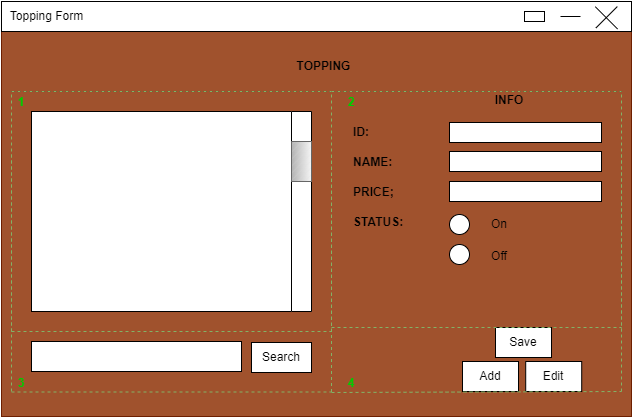
hungtadasuke/CoffeShop_SoftwareTechnology keeps this draw.io diagram as BRD_PRD/PRD/PNG/formtopping.drawio.png. Above is the earlier version. Source tidied: cells renumbered, new cells last; positions are measured from the earlier drawing's top-left corner, leaving out a move shared by most shapes. Source of this version:
```xml
<mxGraphModel>
  <root>
    <mxCell id="0" />
    <mxCell id="1" parent="0" />
    <mxCell id="2" style="rounded=0;whiteSpace=wrap;html=1;fillColor=#a0522d;fontColor=#ffffff;strokeColor=#6D1F00;" parent="1" vertex="1">
      <mxGeometry y="5" width="630" height="410" as="geometry" />
    </mxCell>
    <mxCell id="3" style="rounded=0;whiteSpace=wrap;html=1;" parent="1" vertex="1">
      <mxGeometry width="630" height="30" as="geometry" />
    </mxCell>
    <mxCell id="4" value="Topping Form" style="text;html=1;strokeColor=none;fillColor=none;align=center;verticalAlign=middle;whiteSpace=wrap;rounded=0;" parent="1" vertex="1">
      <mxGeometry x="1" width="89" height="30" as="geometry" />
    </mxCell>
    <mxCell id="5" style="line;strokeWidth=1;html=1;" parent="1" vertex="1">
      <mxGeometry x="559" y="10" width="20" height="10" as="geometry" />
    </mxCell>
    <mxCell id="6" style="line;strokeWidth=1;html=1;rotation=-45;" parent="1" vertex="1">
      <mxGeometry x="589.9" y="10.8" width="30.4" height="10" as="geometry" />
    </mxCell>
    <mxCell id="7" style="line;strokeWidth=1;html=1;rotation=45;" parent="1" vertex="1">
      <mxGeometry x="589.2" y="11.4" width="31.5" height="10" as="geometry" />
    </mxCell>
    <mxCell id="8" style="rounded=0;whiteSpace=wrap;html=1;strokeWidth=1;" parent="1" vertex="1">
      <mxGeometry x="523" y="10" width="20" height="10" as="geometry" />
    </mxCell>
    <mxCell id="9" value="TOPPING" style="text;html=1;strokeColor=none;fillColor=none;align=center;verticalAlign=middle;whiteSpace=wrap;rounded=0;fontStyle=1;" parent="1" vertex="1">
      <mxGeometry x="285" y="50" width="75" height="30" as="geometry" />
    </mxCell>
    <mxCell id="10" style="rounded=0;whiteSpace=wrap;html=1;strokeWidth=1;" parent="1" vertex="1">
      <mxGeometry x="30" y="110" width="280" height="200" as="geometry" />
    </mxCell>
    <mxCell id="11" style="rounded=0;whiteSpace=wrap;html=1;strokeWidth=1;" parent="1" vertex="1">
      <mxGeometry x="30" y="340" width="210" height="30" as="geometry" />
    </mxCell>
    <mxCell id="12" value="Search" style="rounded=0;whiteSpace=wrap;html=1;strokeWidth=1;" parent="1" vertex="1">
      <mxGeometry x="250" y="341" width="60" height="30" as="geometry" />
    </mxCell>
    <mxCell id="13" style="rounded=0;whiteSpace=wrap;html=1;strokeWidth=1;rotation=90;" parent="1" vertex="1">
      <mxGeometry x="200" y="200" width="200" height="20" as="geometry" />
    </mxCell>
    <mxCell id="14" style="verticalLabelPosition=bottom;verticalAlign=top;html=1;shape=mxgraph.basic.patternFillRect;fillStyle=diagRev;step=5;fillStrokeWidth=0.2;fillStrokeColor=#dddddd;strokeWidth=1;rotation=90;fillColor=#f5f5f5;strokeColor=#666666;gradientColor=#b3b3b3;" parent="1" vertex="1">
      <mxGeometry x="280" y="150" width="40" height="20" as="geometry" />
    </mxCell>
    <mxCell id="15" value="INFO" style="text;html=1;strokeColor=none;fillColor=none;align=center;verticalAlign=middle;whiteSpace=wrap;rounded=1;fontStyle=1;" parent="1" vertex="1">
      <mxGeometry x="478" y="84" width="60" height="30" as="geometry" />
    </mxCell>
    <mxCell id="16" style="rounded=0;whiteSpace=wrap;html=1;strokeWidth=1;" parent="1" vertex="1">
      <mxGeometry x="448" y="121" width="152" height="20" as="geometry" />
    </mxCell>
    <mxCell id="17" value="ID:" style="text;html=1;strokeColor=none;fillColor=none;align=left;verticalAlign=middle;whiteSpace=wrap;rounded=0;fontStyle=1;" parent="1" vertex="1">
      <mxGeometry x="350" y="116" width="60" height="30" as="geometry" />
    </mxCell>
    <mxCell id="18" value="NAME:" style="text;html=1;strokeColor=none;fillColor=none;align=left;verticalAlign=middle;whiteSpace=wrap;rounded=0;fontStyle=1;" parent="1" vertex="1">
      <mxGeometry x="350" y="146" width="60" height="30" as="geometry" />
    </mxCell>
    <mxCell id="19" value="PRICE;" style="text;html=1;strokeColor=none;fillColor=none;align=left;verticalAlign=middle;whiteSpace=wrap;rounded=0;fontStyle=1;" parent="1" vertex="1">
      <mxGeometry x="350" y="176" width="60" height="30" as="geometry" />
    </mxCell>
    <mxCell id="20" value="STATUS:" style="text;html=1;strokeColor=none;fillColor=none;align=left;verticalAlign=middle;whiteSpace=wrap;rounded=0;fontStyle=1;" parent="1" vertex="1">
      <mxGeometry x="350" y="206" width="60" height="30" as="geometry" />
    </mxCell>
    <mxCell id="21" style="rounded=0;whiteSpace=wrap;html=1;strokeWidth=1;" parent="1" vertex="1">
      <mxGeometry x="448" y="150" width="152" height="20" as="geometry" />
    </mxCell>
    <mxCell id="22" style="rounded=0;whiteSpace=wrap;html=1;strokeWidth=1;" parent="1" vertex="1">
      <mxGeometry x="448" y="180" width="152" height="20" as="geometry" />
    </mxCell>
    <mxCell id="23" value="Save" style="rounded=0;whiteSpace=wrap;html=1;strokeWidth=1;" parent="1" vertex="1">
      <mxGeometry x="494" y="326" width="56" height="30" as="geometry" />
    </mxCell>
    <mxCell id="24" value="Add" style="rounded=0;whiteSpace=wrap;html=1;strokeWidth=1;" parent="1" vertex="1">
      <mxGeometry x="461" y="360" width="56" height="30" as="geometry" />
    </mxCell>
    <mxCell id="25" value="Edit" style="rounded=0;whiteSpace=wrap;html=1;strokeWidth=1;" parent="1" vertex="1">
      <mxGeometry x="524.2" y="360" width="56" height="30" as="geometry" />
    </mxCell>
    <mxCell id="26" style="endArrow=none;dashed=1;html=1;rounded=0;fillColor=#d5e8d4;gradientColor=#97d077;strokeColor=#82b366;" parent="1" edge="1">
      <mxGeometry relative="1" as="geometry">
        <mxPoint x="10" y="330" as="sourcePoint" />
        <mxPoint x="10" y="90" as="targetPoint" />
      </mxGeometry>
    </mxCell>
    <mxCell id="27" style="endArrow=none;dashed=1;html=1;rounded=0;fillColor=#d5e8d4;gradientColor=#97d077;strokeColor=#82b366;" parent="1" edge="1">
      <mxGeometry relative="1" as="geometry">
        <mxPoint x="10" y="330" as="sourcePoint" />
        <mxPoint x="330" y="330" as="targetPoint" />
      </mxGeometry>
    </mxCell>
    <mxCell id="28" style="endArrow=none;dashed=1;html=1;rounded=0;fillColor=#d5e8d4;gradientColor=#97d077;strokeColor=#82b366;" parent="1" edge="1">
      <mxGeometry relative="1" as="geometry">
        <mxPoint x="330" y="330" as="sourcePoint" />
        <mxPoint x="330" y="90" as="targetPoint" />
      </mxGeometry>
    </mxCell>
    <mxCell id="29" style="endArrow=none;dashed=1;html=1;rounded=0;" parent="1" edge="1">
      <mxGeometry relative="1" as="geometry">
        <mxPoint x="10" y="90" as="sourcePoint" />
        <mxPoint x="330" y="90" as="targetPoint" />
      </mxGeometry>
    </mxCell>
    <mxCell id="30" style="endArrow=none;dashed=1;html=1;rounded=0;fillColor=#d5e8d4;gradientColor=#97d077;strokeColor=#82b366;" parent="1" edge="1">
      <mxGeometry relative="1" as="geometry">
        <mxPoint x="10" y="390.5" as="sourcePoint" />
        <mxPoint x="330" y="390.5" as="targetPoint" />
      </mxGeometry>
    </mxCell>
    <mxCell id="31" style="endArrow=none;dashed=1;html=1;rounded=0;fillColor=#d5e8d4;gradientColor=#97d077;strokeColor=#82b366;" parent="1" edge="1">
      <mxGeometry relative="1" as="geometry">
        <mxPoint x="330" y="390.5" as="sourcePoint" />
        <mxPoint x="330" y="150.5" as="targetPoint" />
      </mxGeometry>
    </mxCell>
    <mxCell id="32" style="endArrow=none;dashed=1;html=1;rounded=0;fillColor=#d5e8d4;gradientColor=#97d077;strokeColor=#82b366;" parent="1" edge="1">
      <mxGeometry relative="1" as="geometry">
        <mxPoint x="10" y="390" as="sourcePoint" />
        <mxPoint x="10" y="150" as="targetPoint" />
      </mxGeometry>
    </mxCell>
    <mxCell id="33" style="endArrow=none;dashed=1;html=1;rounded=0;fillColor=#d5e8d4;gradientColor=#97d077;strokeColor=#82b366;" parent="1" edge="1">
      <mxGeometry relative="1" as="geometry">
        <mxPoint x="330" y="326" as="sourcePoint" />
        <mxPoint x="620" y="326" as="targetPoint" />
      </mxGeometry>
    </mxCell>
    <mxCell id="34" style="endArrow=none;dashed=1;html=1;rounded=0;fillColor=#d5e8d4;gradientColor=#97d077;strokeColor=#82b366;" parent="1" edge="1">
      <mxGeometry relative="1" as="geometry">
        <mxPoint x="330" y="391" as="sourcePoint" />
        <mxPoint x="620" y="390" as="targetPoint" />
      </mxGeometry>
    </mxCell>
    <mxCell id="35" style="endArrow=none;dashed=1;html=1;rounded=0;fillColor=#d5e8d4;gradientColor=#97d077;strokeColor=#82b366;" parent="1" edge="1">
      <mxGeometry relative="1" as="geometry">
        <mxPoint x="620" y="390" as="sourcePoint" />
        <mxPoint x="620" y="150" as="targetPoint" />
      </mxGeometry>
    </mxCell>
    <mxCell id="36" style="endArrow=none;dashed=1;html=1;rounded=0;fillColor=#d5e8d4;gradientColor=#97d077;strokeColor=#82b366;" parent="1" edge="1">
      <mxGeometry relative="1" as="geometry">
        <mxPoint x="620" y="330" as="sourcePoint" />
        <mxPoint x="620" y="90" as="targetPoint" />
      </mxGeometry>
    </mxCell>
    <mxCell id="37" style="endArrow=none;dashed=1;html=1;rounded=0;" parent="1" edge="1">
      <mxGeometry relative="1" as="geometry">
        <mxPoint x="330" y="90" as="sourcePoint" />
        <mxPoint x="620" y="90" as="targetPoint" />
      </mxGeometry>
    </mxCell>
    <mxCell id="38" style="endArrow=none;dashed=1;html=1;rounded=0;fillColor=#d5e8d4;gradientColor=#97d077;strokeColor=#82b366;" parent="1" edge="1">
      <mxGeometry relative="1" as="geometry">
        <mxPoint x="10" y="90" as="sourcePoint" />
        <mxPoint x="330" y="90" as="targetPoint" />
      </mxGeometry>
    </mxCell>
    <mxCell id="39" style="endArrow=none;dashed=1;html=1;rounded=0;fillColor=#d5e8d4;gradientColor=#97d077;strokeColor=#82b366;" parent="1" edge="1">
      <mxGeometry relative="1" as="geometry">
        <mxPoint x="330" y="90" as="sourcePoint" />
        <mxPoint x="620" y="90" as="targetPoint" />
      </mxGeometry>
    </mxCell>
    <mxCell id="40" value="1" style="text;html=1;align=center;verticalAlign=middle;whiteSpace=wrap;rounded=0;shadow=0;glass=0;dashed=1;sketch=0;opacity=70;fontColor=#00CC00;fontStyle=1;" parent="1" vertex="1">
      <mxGeometry y="86" width="40" height="30" as="geometry" />
    </mxCell>
    <mxCell id="41" value="2" style="text;html=1;align=center;verticalAlign=middle;whiteSpace=wrap;rounded=0;shadow=0;glass=0;dashed=1;sketch=0;opacity=70;fontColor=#00CC00;fontStyle=1;" parent="1" vertex="1">
      <mxGeometry x="320" y="86" width="60" height="30" as="geometry" />
    </mxCell>
    <mxCell id="42" value="3" style="text;html=1;align=center;verticalAlign=middle;whiteSpace=wrap;rounded=0;shadow=0;glass=0;dashed=1;sketch=0;opacity=70;fontColor=#00CC00;fontStyle=1;" parent="1" vertex="1">
      <mxGeometry y="367" width="40" height="30" as="geometry" />
    </mxCell>
    <mxCell id="43" value="4" style="text;html=1;align=center;verticalAlign=middle;whiteSpace=wrap;rounded=0;shadow=0;glass=0;dashed=1;sketch=0;opacity=70;fontColor=#00CC00;fontStyle=1;" parent="1" vertex="1">
      <mxGeometry x="320" y="367" width="60" height="30" as="geometry" />
    </mxCell>
    <mxCell id="44" style="ellipse;whiteSpace=wrap;html=1;" parent="1" vertex="1">
      <mxGeometry x="448" y="213" width="20" height="20" as="geometry" />
    </mxCell>
    <mxCell id="45" style="ellipse;whiteSpace=wrap;html=1;" parent="1" vertex="1">
      <mxGeometry x="448" y="243" width="20" height="20" as="geometry" />
    </mxCell>
    <mxCell id="46" value="On" style="text;html=1;strokeColor=none;fillColor=none;align=center;verticalAlign=middle;whiteSpace=wrap;rounded=0;" parent="1" vertex="1">
      <mxGeometry x="468" y="208" width="60" height="30" as="geometry" />
    </mxCell>
    <mxCell id="47" value="Off" style="text;html=1;strokeColor=none;fillColor=none;align=center;verticalAlign=middle;whiteSpace=wrap;rounded=0;" parent="1" vertex="1">
      <mxGeometry x="468" y="240" width="60" height="30" as="geometry" />
    </mxCell>
  </root>
</mxGraphModel>
```
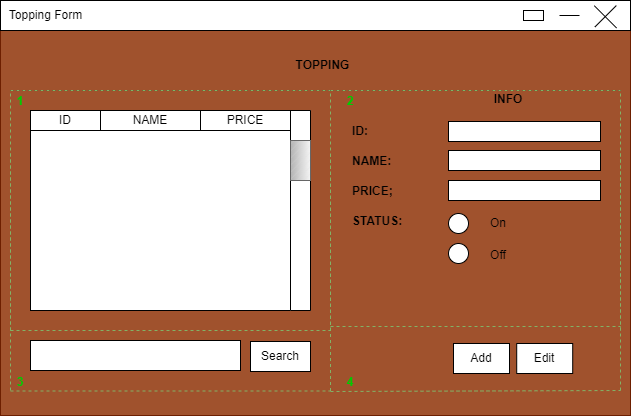
Above is the later version.

Change to the diagram source:
```diff
@@ -65,14 +65,11 @@
     <mxCell id="22" style="rounded=0;whiteSpace=wrap;html=1;strokeWidth=1;" parent="1" vertex="1">
       <mxGeometry x="448" y="180" width="152" height="20" as="geometry" />
     </mxCell>
-    <mxCell id="23" value="Save" style="rounded=0;whiteSpace=wrap;html=1;strokeWidth=1;" parent="1" vertex="1">
-      <mxGeometry x="494" y="326" width="56" height="30" as="geometry" />
-    </mxCell>
     <mxCell id="24" value="Add" style="rounded=0;whiteSpace=wrap;html=1;strokeWidth=1;" parent="1" vertex="1">
-      <mxGeometry x="461" y="360" width="56" height="30" as="geometry" />
+      <mxGeometry x="453" y="343" width="56" height="30" as="geometry" />
     </mxCell>
     <mxCell id="25" value="Edit" style="rounded=0;whiteSpace=wrap;html=1;strokeWidth=1;" parent="1" vertex="1">
-      <mxGeometry x="524.2" y="360" width="56" height="30" as="geometry" />
+      <mxGeometry x="516.2" y="343" width="56" height="30" as="geometry" />
     </mxCell>
     <mxCell id="26" style="endArrow=none;dashed=1;html=1;rounded=0;fillColor=#d5e8d4;gradientColor=#97d077;strokeColor=#82b366;" parent="1" edge="1">
       <mxGeometry relative="1" as="geometry">
@@ -182,5 +179,14 @@
     <mxCell id="47" value="Off" style="text;html=1;strokeColor=none;fillColor=none;align=center;verticalAlign=middle;whiteSpace=wrap;rounded=0;" parent="1" vertex="1">
       <mxGeometry x="468" y="240" width="60" height="30" as="geometry" />
     </mxCell>
+    <mxCell id="48" value="ID" style="rounded=0;whiteSpace=wrap;html=1;" parent="1" vertex="1">
+      <mxGeometry x="30" y="110" width="70" height="20" as="geometry" />
+    </mxCell>
+    <mxCell id="49" value="NAME" style="rounded=0;whiteSpace=wrap;html=1;" parent="1" vertex="1">
+      <mxGeometry x="100" y="110" width="100" height="20" as="geometry" />
+    </mxCell>
+    <mxCell id="50" value="PRICE" style="rounded=0;whiteSpace=wrap;html=1;" parent="1" vertex="1">
+      <mxGeometry x="200" y="110" width="90" height="20" as="geometry" />
+    </mxCell>
   </root>
 </mxGraphModel>
```
